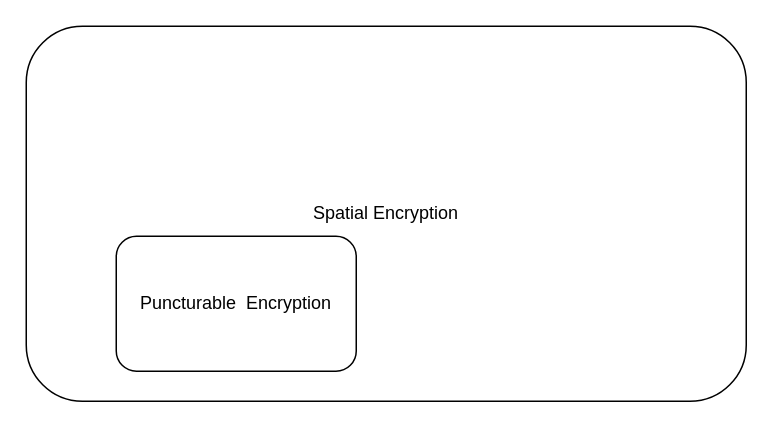
Before: Relations-of-schemes.drawio in huyle84/diagrams, a draw.io diagram. Source tidied: cells renumbered, new cells numbered last; positions are measured from the earlier drawing's top-left corner, leaving out a move shared by most shapes. Both pictures are drawn from the tidied source at 150%, with x=0, y=0 at pixel (26, 26).
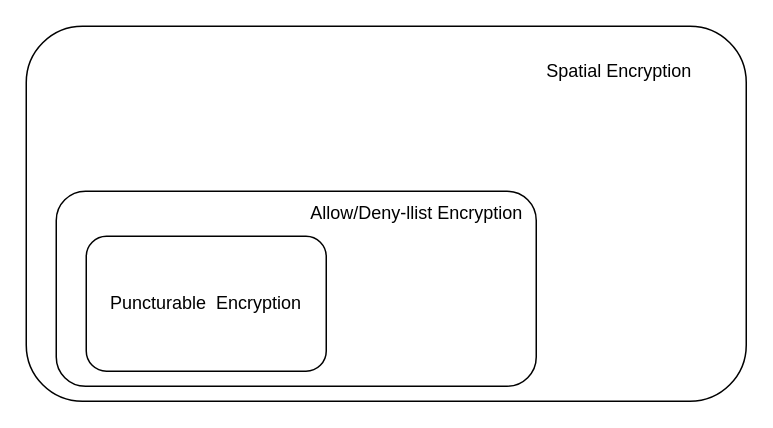
After the change.

The edit, as a diff of the source:
```diff
@@
 <mxGraphModel>
   <root>
     <mxCell id="0" />
     <mxCell id="1" parent="0" />
-    <mxCell id="2" value="Spatial Encryption" style="rounded=1;whiteSpace=wrap;html=1;" parent="1" vertex="1">
+    <mxCell id="2" style="rounded=1;whiteSpace=wrap;html=1;" parent="1" vertex="1">
       <mxGeometry width="480" height="250" as="geometry" />
     </mxCell>
+    <mxCell id="4" value="&lt;span&gt;Spatial Encryption&lt;/span&gt;" style="text;html=1;align=center;verticalAlign=middle;strokeColor=none;fillColor=none;" parent="1" vertex="1">
+      <mxGeometry x="340" y="20" width="110" height="20" as="geometry" />
+    </mxCell>
+    <mxCell id="5" style="rounded=1;whiteSpace=wrap;html=1;" parent="1" vertex="1">
+      <mxGeometry x="20" y="110" width="320" height="130" as="geometry" />
+    </mxCell>
+    <mxCell id="6" value="Allow/Deny-llist Encryption" style="text;html=1;align=center;verticalAlign=middle;strokeColor=none;fillColor=none;" parent="1" vertex="1">
+      <mxGeometry x="180" y="115" width="160" height="20" as="geometry" />
+    </mxCell>
     <mxCell id="3" value="Puncturable &amp;nbsp;Encryption&lt;br&gt;" style="rounded=1;whiteSpace=wrap;html=1;" parent="1" vertex="1">
-      <mxGeometry x="60" y="140" width="160" height="90" as="geometry" />
+      <mxGeometry x="40" y="140" width="160" height="90" as="geometry" />
     </mxCell>
   </root>
 </mxGraphModel>
```
